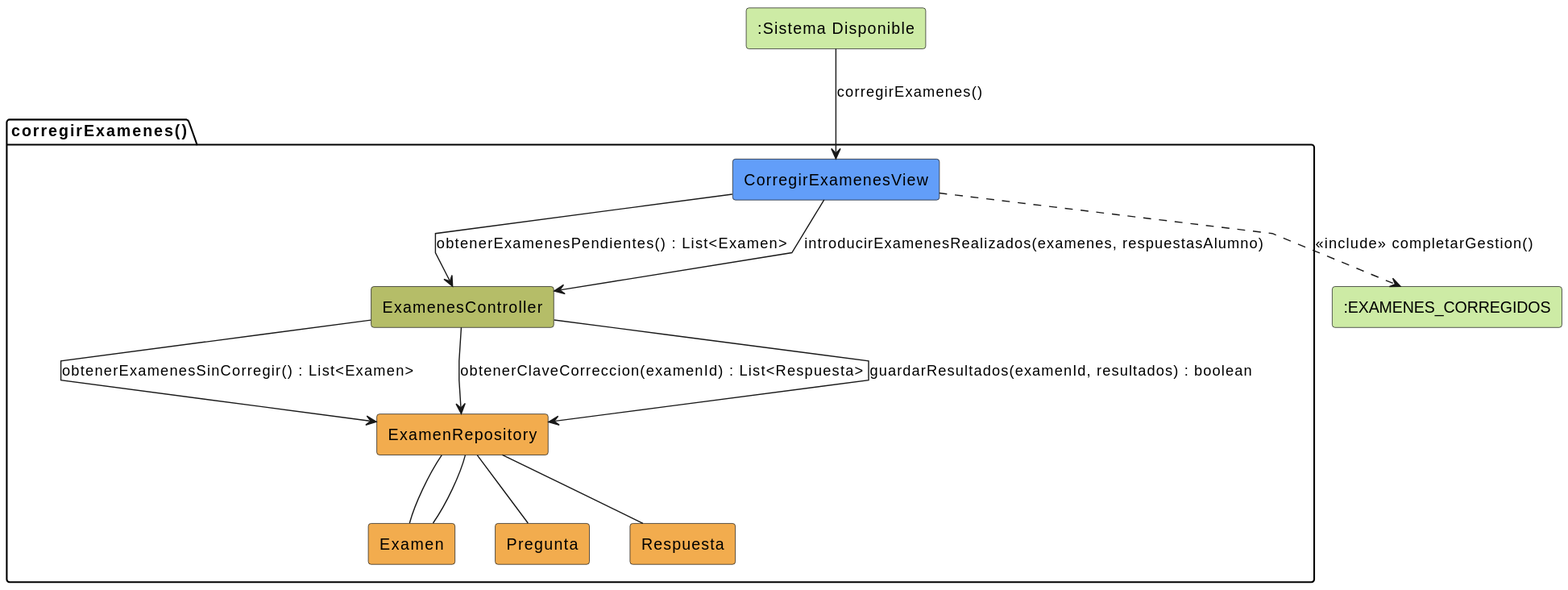
martinlopez7/25-26-idsw2-sdVC keeps this PlantUML diagram as images/analisis/corregirExamenes/colaboracion.svg. Above is the earlier version.
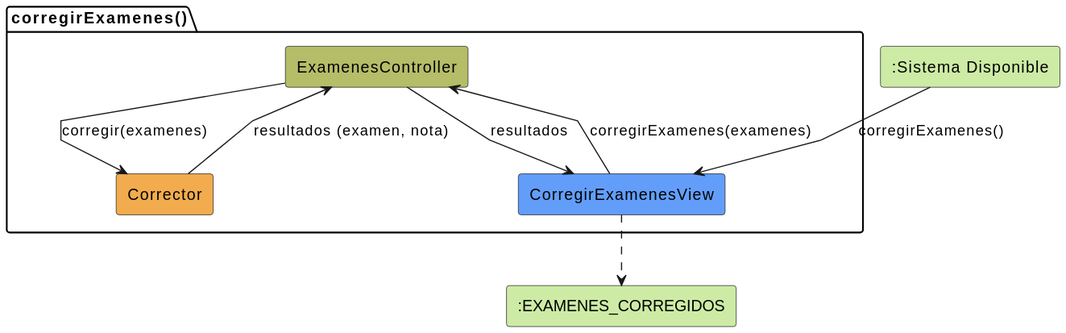
The same diagram one commit later.

Commit message:
fix: corrreccion analisis corregirExamenes

Change to the diagram source:
```diff
@@ -7,25 +7,14 @@
 package corregirExamenes as "corregirExamenes()" {
     rectangle #629EF9 CorregirExamenesView
     rectangle #b5bd68 ExamenesController
-    rectangle #F2AC4E ExamenRepository
-    rectangle #F2AC4E Examen
-    rectangle #F2AC4E Pregunta
-    rectangle #F2AC4E Respuesta
+    rectangle #F2AC4E Corrector
 }
 
 SistemaDisponible --> CorregirExamenesView: corregirExamenes()
+CorregirExamenesView -d-> ExamenesController: corregirExamenes(examenes)
+ExamenesController -> Corrector: corregir(examenes)
 
-CorregirExamenesView -d-> ExamenesController: obtenerExamenesPendientes() : List<Examen>
-ExamenesController --> ExamenRepository: obtenerExamenesSinCorregir() : List<Examen>
-ExamenRepository -- Examen
-
-CorregirExamenesView --> ExamenesController: introducirExamenesRealizados(examenes, respuestasAlumno)
-ExamenesController --> ExamenRepository: obtenerClaveCorreccion(examenId) : List<Respuesta>
-ExamenRepository -- Pregunta
-ExamenRepository -- Respuesta
-
-ExamenesController --> ExamenRepository: guardarResultados(examenId, resultados) : boolean
-ExamenRepository -- Examen
-
-CorregirExamenesView ..> ExamCorregidos: <<include>> completarGestion()
+Corrector --> ExamenesController: resultados (examen, nota)
+ExamenesController --> CorregirExamenesView: resultados
+CorregirExamenesView ..> ExamCorregidos
 @enduml
```
